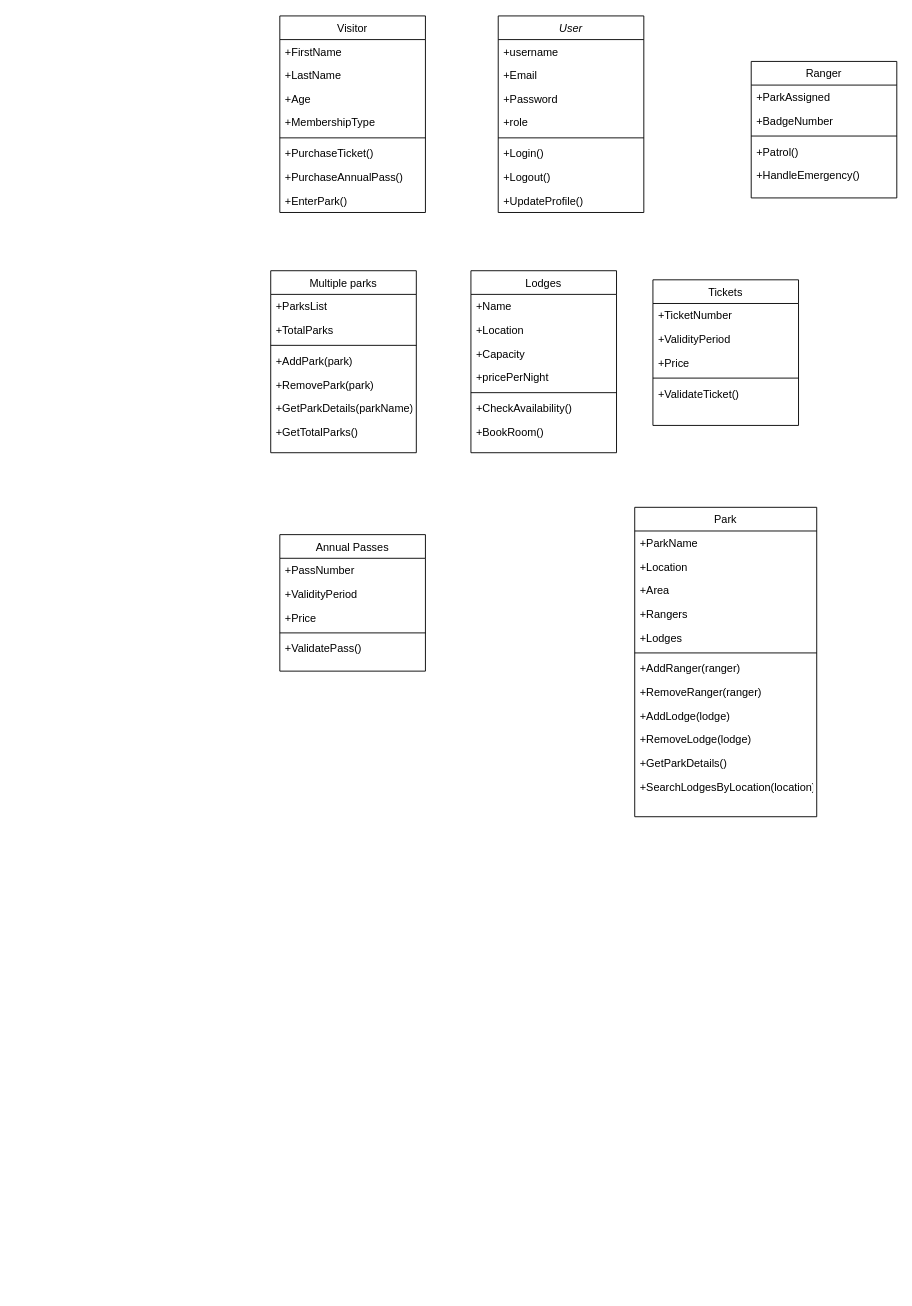
Above: UML Class Diagram.drawio in cruz-welandi/UML_Class_Diagram (draw.io), before the change. Source tidied: cells renumbered, new cells numbered last; positions are measured from the earlier drawing's top-left corner, leaving out a move shared by most shapes. Both pictures are drawn from the tidied source at 91%, with x=0, y=0 at pixel (270, 15).
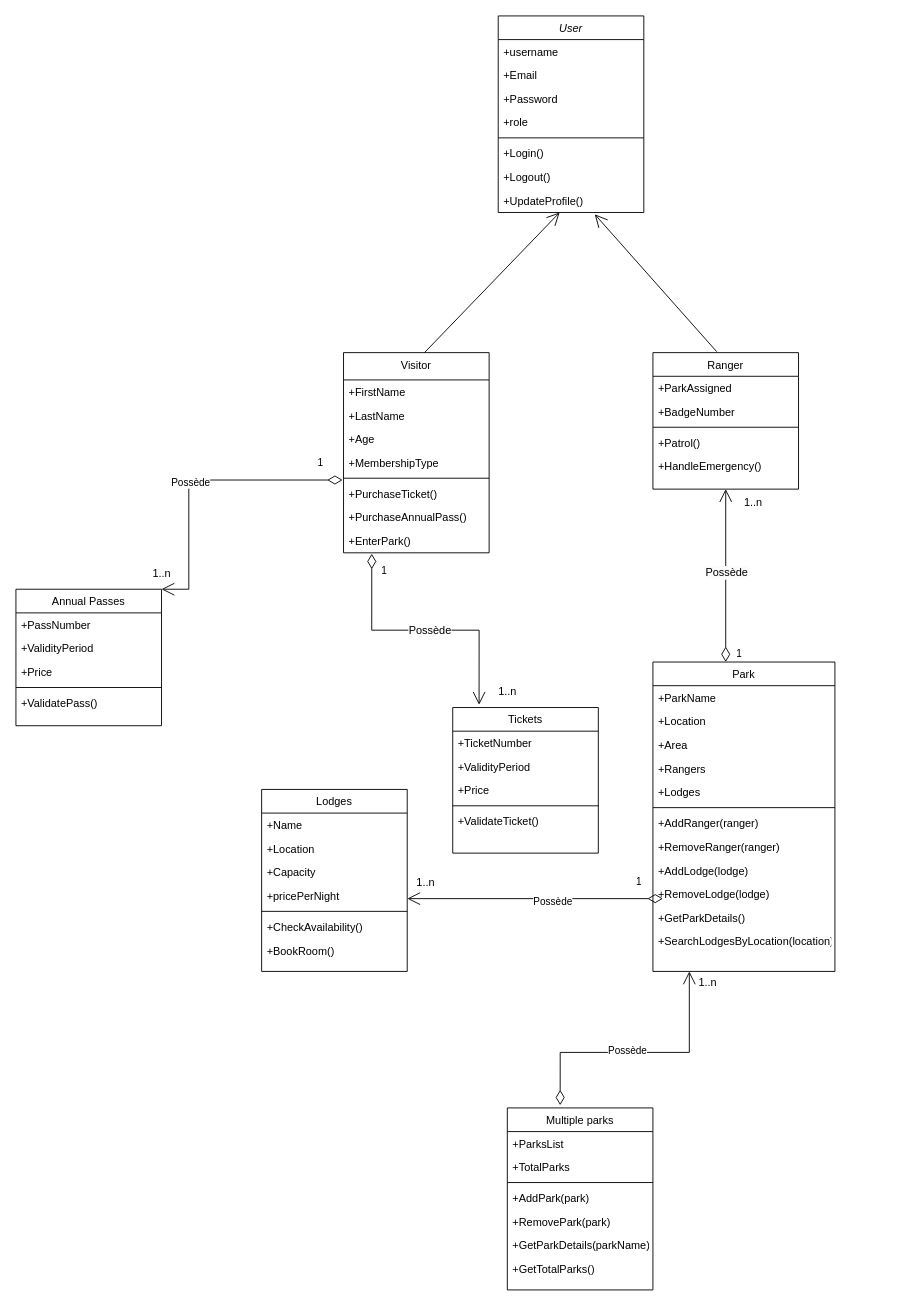
The same diagram, later.

Commit message:
Mettre à jour UML Class Diagram.drawio

Unchanged cells that the change refers to:
```xml
<mxCell id="10" value="+UpdateProfile()" style="text;align=left;verticalAlign=top;spacingLeft=4;spacingRight=4;overflow=hidden;points=[[0,0.5],[1,0.5]];portConstraint=eastwest;" parent="2" vertex="1">
  <mxGeometry y="190" width="160" height="26" as="geometry" />
</mxCell>
```

Diff of the diagram source:
```diff
@@
-    <mxCell id="11" value="Visitor" style="swimlane;fontStyle=0;align=center;verticalAlign=top;horizontal=1;startSize=26;rounded=0;shadow=0;strokeWidth=1;" parent="1" vertex="1">
-      <mxGeometry x="10" width="160" height="216" as="geometry" />
+    <mxCell id="11" value="Visitor" style="swimlane;fontStyle=0;align=center;verticalAlign=top;horizontal=1;startSize=30;rounded=0;shadow=0;strokeWidth=1;" parent="1" vertex="1">
+      <mxGeometry x="80" y="370" width="160" height="220" as="geometry" />
     </mxCell>
     <mxCell id="12" value="+FirstName" style="text;align=left;verticalAlign=top;spacingLeft=4;spacingRight=4;overflow=hidden;" parent="11" vertex="1">
-      <mxGeometry y="26" width="160" height="26" as="geometry" />
+      <mxGeometry y="30" width="160" height="26" as="geometry" />
     </mxCell>
     <mxCell id="13" value="+LastName" style="text;align=left;verticalAlign=top;spacingLeft=4;spacingRight=4;overflow=hidden;rounded=0;shadow=0;html=0;" parent="11" vertex="1">
-      <mxGeometry y="52" width="160" height="26" as="geometry" />
+      <mxGeometry y="56" width="160" height="26" as="geometry" />
     </mxCell>
     <mxCell id="14" value="+Age" style="text;align=left;verticalAlign=top;spacingLeft=4;spacingRight=4;overflow=hidden;" parent="11" vertex="1">
-      <mxGeometry y="78" width="160" height="26" as="geometry" />
+      <mxGeometry y="82" width="160" height="26" as="geometry" />
     </mxCell>
     <mxCell id="15" value="+MembershipType" style="text;align=left;verticalAlign=top;spacingLeft=4;spacingRight=4;overflow=hidden;" parent="11" vertex="1">
-      <mxGeometry y="104" width="160" height="26" as="geometry" />
+      <mxGeometry y="108" width="160" height="26" as="geometry" />
     </mxCell>
     <mxCell id="16" style="line;html=1;strokeWidth=1;align=left;verticalAlign=middle;spacingTop=-1;spacingLeft=3;spacingRight=3;labelPosition=right;" parent="11" vertex="1">
-      <mxGeometry y="130" width="160" height="8" as="geometry" />
+      <mxGeometry y="134" width="160" height="8" as="geometry" />
     </mxCell>
     <mxCell id="17" value="+PurchaseTicket()" style="text;align=left;verticalAlign=top;spacingLeft=4;spacingRight=4;overflow=hidden;points=[[0,0.5],[1,0.5]];portConstraint=eastwest;fontStyle=0;" parent="11" vertex="1">
-      <mxGeometry y="138" width="160" height="26" as="geometry" />
+      <mxGeometry y="142" width="160" height="26" as="geometry" />
     </mxCell>
     <mxCell id="18" value="+PurchaseAnnualPass()" style="text;align=left;verticalAlign=top;spacingLeft=4;spacingRight=4;overflow=hidden;fontStyle=0;" parent="11" vertex="1">
-      <mxGeometry y="164" width="160" height="26" as="geometry" />
+      <mxGeometry y="168" width="160" height="26" as="geometry" />
     </mxCell>
     <mxCell id="19" value="+EnterPark()" style="text;align=left;verticalAlign=top;spacingLeft=4;spacingRight=4;overflow=hidden;points=[[0,0.5],[1,0.5]];portConstraint=eastwest;fontStyle=0;" parent="11" vertex="1">
-      <mxGeometry y="190" width="160" height="26" as="geometry" />
+      <mxGeometry y="194" width="160" height="26" as="geometry" />
     </mxCell>
     <mxCell id="20" value="Ranger" style="swimlane;fontStyle=0;align=center;verticalAlign=top;horizontal=1;startSize=26;rounded=0;shadow=0;strokeWidth=1;" parent="1" vertex="1">
-      <mxGeometry x="528" y="50" width="160" height="150" as="geometry" />
+      <mxGeometry x="420" y="370" width="160" height="150" as="geometry" />
     </mxCell>
@@
     <mxCell id="26" value="Lodges" style="swimlane;fontStyle=0;align=center;verticalAlign=top;horizontal=1;startSize=26;rounded=0;shadow=0;strokeWidth=1;" parent="1" vertex="1">
-      <mxGeometry x="220" y="280" width="160" height="200" as="geometry" />
+      <mxGeometry x="-10" y="850" width="160" height="200" as="geometry" />
     </mxCell>
@@
     <mxCell id="34" value="Tickets" style="swimlane;fontStyle=0;align=center;verticalAlign=top;horizontal=1;startSize=26;rounded=0;shadow=0;strokeWidth=1;" parent="1" vertex="1">
-      <mxGeometry x="420" y="290" width="160" height="160" as="geometry" />
+      <mxGeometry x="200" y="760" width="160" height="160" as="geometry" />
     </mxCell>
@@
     <mxCell id="40" value="Annual Passes" style="swimlane;fontStyle=0;align=center;verticalAlign=top;horizontal=1;startSize=26;rounded=0;shadow=0;strokeWidth=1;" parent="1" vertex="1">
-      <mxGeometry x="10" y="570" width="160" height="150" as="geometry" />
+      <mxGeometry x="-280" y="630" width="160" height="150" as="geometry" />
     </mxCell>
@@
     <mxCell id="46" value="Multiple parks" style="swimlane;fontStyle=0;align=center;verticalAlign=top;horizontal=1;startSize=26;rounded=0;shadow=0;strokeWidth=1;" parent="1" vertex="1">
-      <mxGeometry y="280" width="160" height="200" as="geometry" />
+      <mxGeometry x="260" y="1200" width="160" height="200" as="geometry" />
     </mxCell>
@@
     <mxCell id="54" value="Park" style="swimlane;fontStyle=0;align=center;verticalAlign=top;horizontal=1;startSize=26;rounded=0;shadow=0;strokeWidth=1;" parent="1" vertex="1">
-      <mxGeometry x="400" y="540" width="200" height="340" as="geometry" />
+      <mxGeometry x="420" y="710" width="200" height="340" as="geometry" />
     </mxCell>
@@
+    <mxCell id="67" style="endArrow=open;endFill=1;endSize=12;html=1;rounded=0;exitX=0.556;exitY=0;exitDx=0;exitDy=0;exitPerimeter=0;" parent="1" edge="1" source="11" target="10">
+      <mxGeometry relative="1" as="geometry" />
+    </mxCell>
+    <mxCell id="68" style="endArrow=open;endFill=1;endSize=12;html=1;rounded=0;exitX=0.438;exitY=-0.007;exitDx=0;exitDy=0;exitPerimeter=0;entryX=0.663;entryY=1.077;entryDx=0;entryDy=0;entryPerimeter=0;" parent="1" edge="1" source="20" target="10">
+      <mxGeometry relative="1" as="geometry" />
+    </mxCell>
+    <mxCell id="69" value="1" style="endArrow=open;html=1;endSize=12;startArrow=diamondThin;startSize=14;startFill=0;edgeStyle=orthogonalEdgeStyle;align=left;verticalAlign=bottom;rounded=0;exitX=0.5;exitY=0;exitDx=0;exitDy=0;" parent="1" edge="1">
+      <mxGeometry x="-1" y="-10" relative="1" as="geometry">
+        <mxPoint x="500" y="710" as="sourcePoint" />
+        <mxPoint x="500" y="520" as="targetPoint" />
+      </mxGeometry>
+    </mxCell>
+    <mxCell id="70" value="&lt;span style=&quot;font-size: 12px; background-color: rgb(251, 251, 251);&quot;&gt;Possède&lt;/span&gt;" style="edgeLabel;html=1;align=center;verticalAlign=middle;" parent="69" vertex="1">
+      <mxGeometry x="0.04" relative="1" as="geometry" />
+    </mxCell>
+    <mxCell id="71" value="1..n" style="text;html=1;align=center;verticalAlign=middle;strokeColor=none;fillColor=none;" parent="1" vertex="1">
+      <mxGeometry x="510" y="520" width="40" height="30" as="geometry" />
+    </mxCell>
+    <mxCell id="72" value="1" style="endArrow=open;html=1;endSize=12;startArrow=diamondThin;startSize=14;startFill=0;edgeStyle=orthogonalEdgeStyle;align=left;verticalAlign=bottom;rounded=0;entryX=0.181;entryY=-0.019;entryDx=0;entryDy=0;entryPerimeter=0;exitX=0.194;exitY=1.038;exitDx=0;exitDy=0;exitPerimeter=0;" parent="1" edge="1" source="19" target="34">
+      <mxGeometry x="-0.8" y="9" relative="1" as="geometry" />
+    </mxCell>
+    <mxCell id="73" value="&lt;span style=&quot;font-size: 12px; background-color: rgb(251, 251, 251);&quot;&gt;Possède&lt;/span&gt;" style="edgeLabel;html=1;align=center;verticalAlign=middle;" parent="72" vertex="1">
+      <mxGeometry x="0.04" relative="1" as="geometry" />
+    </mxCell>
+    <mxCell id="74" value="1" style="endArrow=open;html=1;endSize=12;startArrow=diamondThin;startSize=14;startFill=0;edgeStyle=orthogonalEdgeStyle;align=left;verticalAlign=bottom;rounded=0;exitX=-0.006;exitY=-0.077;exitDx=0;exitDy=0;exitPerimeter=0;entryX=1;entryY=0;entryDx=0;entryDy=0;" parent="1" edge="1" source="17" target="40">
+      <mxGeometry x="-0.82" y="-10" relative="1" as="geometry">
+        <Array as="points">
+          <mxPoint x="-90" y="510" />
+          <mxPoint x="-90" y="630" />
+        </Array>
+      </mxGeometry>
+    </mxCell>
+    <mxCell id="75" value="Possède" style="edgeLabel;html=1;align=center;verticalAlign=middle;" parent="74" vertex="1">
+      <mxGeometry x="0.08" y="1" relative="1" as="geometry" />
+    </mxCell>
+    <mxCell id="76" value="1..n" style="text;html=1;align=center;verticalAlign=middle;strokeColor=none;fillColor=none;" parent="1" vertex="1">
+      <mxGeometry x="-140" y="598" width="40" height="30" as="geometry" />
+    </mxCell>
+    <mxCell id="77" value="1..n" style="text;html=1;align=center;verticalAlign=middle;strokeColor=none;fillColor=none;" parent="1" vertex="1">
+      <mxGeometry x="240" y="728" width="40" height="30" as="geometry" />
+    </mxCell>
+    <mxCell id="78" value="1" style="endArrow=open;html=1;endSize=12;startArrow=diamondThin;startSize=14;startFill=0;edgeStyle=orthogonalEdgeStyle;align=left;verticalAlign=bottom;rounded=0;exitX=0;exitY=-0.308;exitDx=0;exitDy=0;exitPerimeter=0;entryX=0.938;entryY=0.615;entryDx=0;entryDy=0;entryPerimeter=0;" parent="1" edge="1">
+      <mxGeometry x="-0.78" y="-10" relative="1" as="geometry">
+        <mxPoint x="431" y="970" as="sourcePoint" />
+        <mxPoint x="150.1" y="970" as="targetPoint" />
+      </mxGeometry>
+    </mxCell>
+    <mxCell id="79" value="Possède" style="edgeLabel;html=1;align=center;verticalAlign=middle;" parent="78" vertex="1">
+      <mxGeometry x="-0.13" y="2" relative="1" as="geometry" />
+    </mxCell>
+    <mxCell id="80" value="1..n" style="text;html=1;align=center;verticalAlign=middle;strokeColor=none;fillColor=none;" parent="1" vertex="1">
+      <mxGeometry x="150" y="938" width="40" height="30" as="geometry" />
+    </mxCell>
+    <mxCell id="81" style="endArrow=open;html=1;endSize=12;startArrow=diamondThin;startSize=14;startFill=0;edgeStyle=orthogonalEdgeStyle;align=left;verticalAlign=bottom;rounded=0;exitX=0.363;exitY=-0.015;exitDx=0;exitDy=0;exitPerimeter=0;" parent="1" edge="1" source="46">
+      <mxGeometry x="-0.95" y="-12" relative="1" as="geometry">
+        <mxPoint x="460" y="1050" as="targetPoint" />
+        <Array as="points">
+          <mxPoint x="318" y="1139" />
+        </Array>
+      </mxGeometry>
+    </mxCell>
+    <mxCell id="82" value="Possède" style="edgeLabel;html=1;align=center;verticalAlign=middle;" parent="81" vertex="1">
+      <mxGeometry x="-0.09" y="3" relative="1" as="geometry" />
+    </mxCell>
+    <mxCell id="83" value="1..n" style="text;html=1;align=center;verticalAlign=middle;strokeColor=none;fillColor=none;" parent="1" vertex="1">
+      <mxGeometry x="460" y="1048" width="40" height="30" as="geometry" />
+    </mxCell>
```
